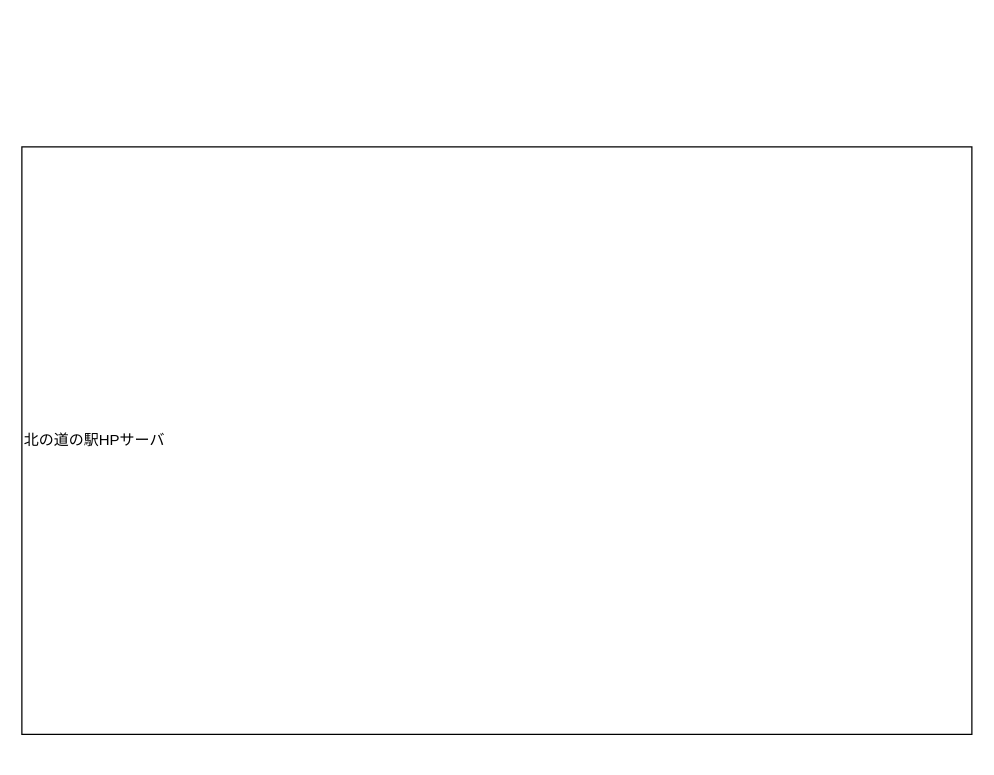
Earlier version of the draw.io diagram システム概念図.drawio (Nisshee2424/quiz_app). Source tidied: cells renumbered, new cells numbered last; positions are measured from the earlier drawing's top-left corner, leaving out a move shared by most shapes. Both pictures are drawn from the tidied source at 125%, with x=0, y=0 at pixel (21, 146).
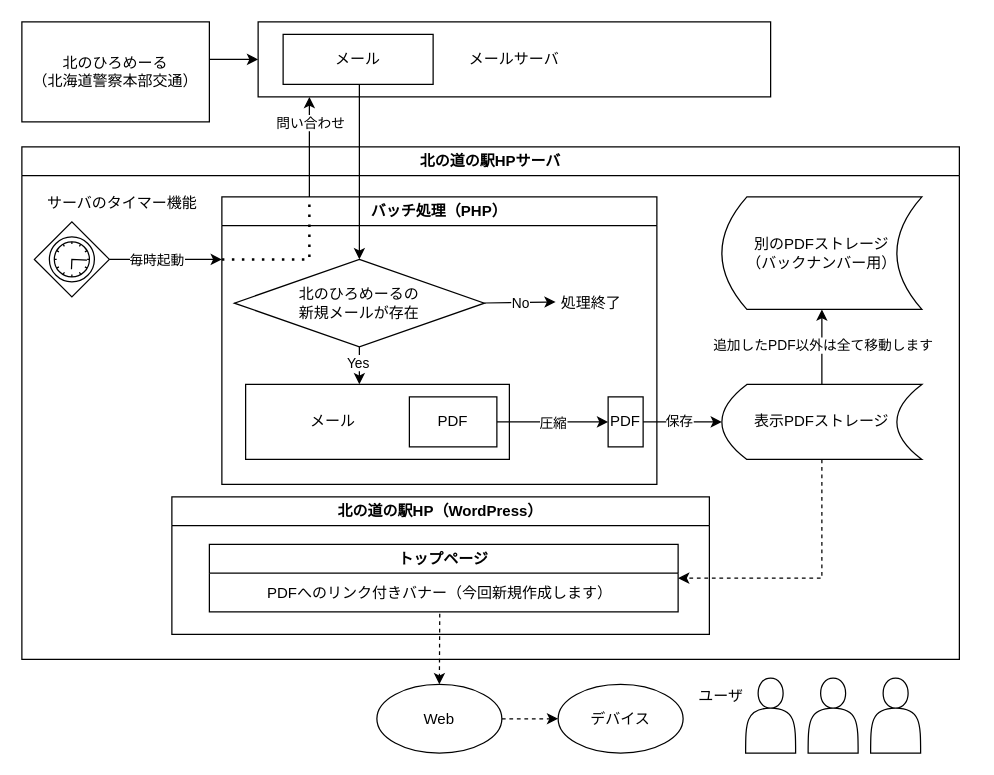
Above is the later version.

Commit message:
システム概念図.drawio を更新します

The edit, as a diff of the source:
```diff
@@
-    <mxCell id="2" value="&lt;div style=&quot;text-align: justify;&quot;&gt;&lt;span style=&quot;background-color: initial;&quot;&gt;北の道の駅HPサーバ&lt;/span&gt;&lt;/div&gt;" style="rounded=0;whiteSpace=wrap;html=1;align=left;" parent="1" vertex="1">
-      <mxGeometry width="760" height="470" as="geometry" />
+    <mxCell id="2" value="北の道の駅HPサーバ" style="swimlane;whiteSpace=wrap;html=1;startSize=23;" parent="1" vertex="1">
+      <mxGeometry width="750" height="410" as="geometry" />
     </mxCell>
+    <mxCell id="3" style="points=[[0.25,0.25,0],[0.5,0,0],[0.75,0.25,0],[1,0.5,0],[0.75,0.75,0],[0.5,1,0],[0.25,0.75,0],[0,0.5,0]];shape=mxgraph.bpmn.gateway2;html=1;verticalLabelPosition=bottom;labelBackgroundColor=#ffffff;verticalAlign=top;align=center;perimeter=rhombusPerimeter;outlineConnect=0;outline=standard;symbol=timer;direction=south;" parent="2" vertex="1">
+      <mxGeometry x="10" y="60" width="60" height="60" as="geometry" />
+    </mxCell>
+    <mxCell id="4" value="サーバのタイマー機能" style="text;html=1;align=center;verticalAlign=middle;strokeColor=none;fillColor=none;" parent="2" vertex="1">
+      <mxGeometry x="10" y="30" width="140" height="30" as="geometry" />
+    </mxCell>
+    <mxCell id="5" style="edgeStyle=orthogonalEdgeStyle;rounded=0;jettySize=auto;html=1;" parent="2" edge="1" source="8" target="9">
+      <mxGeometry relative="1" as="geometry" />
+    </mxCell>
+    <mxCell id="6" value="追加したPDF以外は全て移動します" style="edgeLabel;html=1;align=center;verticalAlign=middle;" parent="5" vertex="1">
+      <mxGeometry x="0.05" relative="1" as="geometry" />
+    </mxCell>
+    <mxCell id="7" style="edgeStyle=elbowEdgeStyle;rounded=0;jettySize=auto;html=1;entryX=1;entryY=0.5;entryDx=0;entryDy=0;exitX=0.5;exitY=1;exitDx=0;exitDy=0;dashed=1;" parent="2" edge="1" source="8" target="27">
+      <mxGeometry relative="1" as="geometry">
+        <Array as="points">
+          <mxPoint x="640" y="310" />
+        </Array>
+      </mxGeometry>
+    </mxCell>
+    <mxCell id="8" value="表示PDFストレージ" style="shape=dataStorage;whiteSpace=wrap;html=1;fixedSize=1;" parent="2" vertex="1">
+      <mxGeometry x="560" y="190" width="160" height="60" as="geometry" />
+    </mxCell>
+    <mxCell id="9" value="別のPDFストレージ&lt;div&gt;（バックナンバー用）&lt;/div&gt;" style="shape=dataStorage;whiteSpace=wrap;html=1;fixedSize=1;" parent="2" vertex="1">
+      <mxGeometry x="560" y="40" width="160" height="90" as="geometry" />
+    </mxCell>
+    <mxCell id="10" value="バッチ処理（PHP）" style="swimlane;whiteSpace=wrap;html=1;" parent="2" vertex="1">
+      <mxGeometry x="160" y="40" width="348" height="230" as="geometry" />
+    </mxCell>
+    <mxCell id="11" style="rounded=0;whiteSpace=wrap;html=1;" parent="10" vertex="1">
+      <mxGeometry x="19" y="150" width="211" height="60" as="geometry" />
+    </mxCell>
+    <mxCell id="12" value="PDF" style="rounded=0;whiteSpace=wrap;html=1;" parent="10" vertex="1">
+      <mxGeometry x="309" y="160" width="28" height="40" as="geometry" />
+    </mxCell>
+    <mxCell id="13" style="edgeStyle=orthogonalEdgeStyle;rounded=0;jettySize=auto;html=1;" parent="10" edge="1" source="15">
+      <mxGeometry relative="1" as="geometry">
+        <mxPoint x="110" y="150" as="targetPoint" />
+      </mxGeometry>
+    </mxCell>
+    <mxCell id="14" value="Yes" style="edgeLabel;html=1;align=center;verticalAlign=middle;" parent="13" vertex="1">
+      <mxGeometry x="-0.23" y="-2" relative="1" as="geometry" />
+    </mxCell>
+    <mxCell id="15" value="北のひろめーるの&lt;div&gt;新規メールが存在&lt;/div&gt;" style="rhombus;whiteSpace=wrap;html=1;" parent="10" vertex="1">
+      <mxGeometry x="10" y="50" width="200" height="70" as="geometry" />
+    </mxCell>
+    <mxCell id="16" value="処理終了" style="text;html=1;align=center;verticalAlign=middle;points=[];strokeColor=none;fillColor=none;" parent="10" vertex="1">
+      <mxGeometry x="260" y="70" width="70" height="30" as="geometry" />
+    </mxCell>
+    <mxCell id="17" style="edgeStyle=none;jettySize=auto;html=1;rounded=0;entryX=0.1;entryY=0.467;entryDx=0;entryDy=0;entryPerimeter=0;" parent="10" edge="1" target="16">
+      <mxGeometry relative="1" as="geometry">
+        <mxPoint x="210" y="84.9" as="sourcePoint" />
+      </mxGeometry>
+    </mxCell>
+    <mxCell id="18" value="No" style="edgeLabel;html=1;align=center;verticalAlign=middle;" parent="17" vertex="1">
+      <mxGeometry x="0.04" relative="1" as="geometry">
+        <mxPoint x="-1" as="offset" />
+      </mxGeometry>
+    </mxCell>
+    <mxCell id="19" style="endArrow=none;dashed=1;html=1;dashPattern=1 3;strokeWidth=2;rounded=0;edgeStyle=orthogonalEdgeStyle;" parent="10" edge="1">
+      <mxGeometry relative="1" as="geometry">
+        <mxPoint y="50" as="sourcePoint" />
+        <mxPoint x="70" as="targetPoint" />
+        <Array as="points">
+          <mxPoint x="70" y="50" />
+        </Array>
+      </mxGeometry>
+    </mxCell>
+    <mxCell id="20" style="edgeStyle=orthogonalEdgeStyle;rounded=0;jettySize=auto;html=1;" parent="10" edge="1" source="22" target="12">
+      <mxGeometry relative="1" as="geometry" />
+    </mxCell>
+    <mxCell id="21" value="圧縮" style="edgeLabel;html=1;align=center;verticalAlign=middle;" parent="20" vertex="1">
+      <mxGeometry x="-0.01" relative="1" as="geometry" />
+    </mxCell>
+    <mxCell id="22" value="PDF" style="rounded=0;whiteSpace=wrap;html=1;" parent="10" vertex="1">
+      <mxGeometry x="150" y="160" width="70" height="40" as="geometry" />
+    </mxCell>
+    <mxCell id="23" value="メール" style="text;html=1;align=center;verticalAlign=middle;whiteSpace=wrap;rounded=0;" parent="10" vertex="1">
+      <mxGeometry x="59" y="165" width="60" height="30" as="geometry" />
+    </mxCell>
+    <mxCell id="24" style="edgeStyle=orthogonalEdgeStyle;rounded=0;jettySize=auto;html=1;" parent="2" edge="1" source="3">
+      <mxGeometry relative="1" as="geometry">
+        <mxPoint x="160" y="90" as="targetPoint" />
+        <Array as="points">
+          <mxPoint x="160" y="90" />
+        </Array>
+      </mxGeometry>
+    </mxCell>
+    <mxCell id="25" value="毎時起動" style="edgeLabel;html=1;align=center;verticalAlign=middle;" parent="24" vertex="1">
+      <mxGeometry x="-0.53" relative="1" as="geometry">
+        <mxPoint x="16" as="offset" />
+      </mxGeometry>
+    </mxCell>
+    <mxCell id="26" value="北の道の駅HP（WordPress&lt;span style=&quot;background-color: initial;&quot;&gt;）&lt;/span&gt;" style="swimlane;whiteSpace=wrap;html=1;fillColor=default;startSize=23;" parent="2" vertex="1">
+      <mxGeometry x="120" y="280" width="430" height="110" as="geometry" />
+    </mxCell>
+    <mxCell id="27" value="トップページ" style="swimlane;whiteSpace=wrap;html=1;" parent="26" vertex="1">
+      <mxGeometry x="30" y="38" width="375" height="54" as="geometry" />
+    </mxCell>
+    <mxCell id="28" value="PDFへのリンク付きバナー（今回新規作成します）" style="text;html=1;align=center;verticalAlign=middle;points=[];strokeColor=none;fillColor=none;" parent="27" vertex="1">
+      <mxGeometry x="34" y="24" width="300" height="30" as="geometry" />
+    </mxCell>
+    <mxCell id="29" style="edgeStyle=orthogonalEdgeStyle;rounded=0;orthogonalLoop=1;jettySize=auto;html=1;" parent="2" edge="1">
+      <mxGeometry relative="1" as="geometry">
+        <mxPoint x="230" y="40" as="sourcePoint" />
+        <mxPoint x="230" y="-40" as="targetPoint" />
+        <Array as="points">
+          <mxPoint x="230" y="20" />
+          <mxPoint x="230" y="20" />
+        </Array>
+      </mxGeometry>
+    </mxCell>
+    <mxCell id="30" value="問い合わせ" style="edgeLabel;html=1;align=center;verticalAlign=middle;" parent="29" vertex="1">
+      <mxGeometry x="0.32" relative="1" as="geometry">
+        <mxPoint y="-7" as="offset" />
+      </mxGeometry>
+    </mxCell>
+    <mxCell id="31" style="edgeStyle=orthogonalEdgeStyle;rounded=0;jettySize=auto;html=1;" parent="2" edge="1" source="12" target="8">
+      <mxGeometry relative="1" as="geometry" />
+    </mxCell>
+    <mxCell id="32" value="保存" style="edgeLabel;html=1;align=center;verticalAlign=middle;" parent="31" vertex="1">
+      <mxGeometry x="-0.12" y="1" relative="1" as="geometry" />
+    </mxCell>
+    <mxCell id="33" style="edgeStyle=orthogonalEdgeStyle;rounded=0;jettySize=auto;html=1;" parent="1" edge="1" source="34" target="35">
+      <mxGeometry relative="1" as="geometry">
+        <Array as="points">
+          <mxPoint x="169" y="-70" />
+          <mxPoint x="169" y="-70" />
+        </Array>
+      </mxGeometry>
+    </mxCell>
+    <mxCell id="34" value="北のひろめーる&lt;div&gt;（北海道警察本部交通）&lt;/div&gt;" style="rounded=0;whiteSpace=wrap;html=1;" parent="1" vertex="1">
+      <mxGeometry y="-100" width="150" height="80" as="geometry" />
+    </mxCell>
+    <mxCell id="35" value="メールサーバ" style="whiteSpace=wrap;html=1;rounded=0;align=center;" parent="1" vertex="1">
+      <mxGeometry x="189" y="-100" width="410" height="60" as="geometry" />
+    </mxCell>
+    <mxCell id="36" style="shape=actor;whiteSpace=wrap;html=1;" parent="1" vertex="1">
+      <mxGeometry x="679" y="425" width="40" height="60" as="geometry" />
+    </mxCell>
+    <mxCell id="37" value="&lt;div&gt;&lt;br&gt;&lt;/div&gt;&lt;div&gt;&lt;br&gt;&lt;/div&gt;" style="shape=actor;whiteSpace=wrap;html=1;" parent="1" vertex="1">
+      <mxGeometry x="629" y="425" width="40" height="60" as="geometry" />
+    </mxCell>
+    <mxCell id="38" style="shape=actor;whiteSpace=wrap;html=1;" parent="1" vertex="1">
+      <mxGeometry x="579" y="425" width="40" height="60" as="geometry" />
+    </mxCell>
+    <mxCell id="39" style="edgeStyle=orthogonalEdgeStyle;rounded=0;jettySize=auto;html=1;dashed=1;" parent="1" edge="1" source="40" target="41">
+      <mxGeometry relative="1" as="geometry" />
+    </mxCell>
+    <mxCell id="40" value="Web" style="ellipse;whiteSpace=wrap;html=1;" parent="1" vertex="1">
+      <mxGeometry x="284" y="430" width="100" height="55" as="geometry" />
+    </mxCell>
+    <mxCell id="41" value="デバイス" style="ellipse;whiteSpace=wrap;html=1;" parent="1" vertex="1">
+      <mxGeometry x="429" y="430" width="100" height="55" as="geometry" />
+    </mxCell>
+    <mxCell id="42" value="ユーザ" style="text;html=1;align=center;verticalAlign=middle;strokeColor=none;fillColor=none;" parent="1" vertex="1">
+      <mxGeometry x="529" y="425" width="60" height="30" as="geometry" />
+    </mxCell>
+    <mxCell id="43" style="edgeStyle=elbowEdgeStyle;rounded=0;jettySize=auto;html=1;dashed=1;exitX=0.501;exitY=1.047;exitDx=0;exitDy=0;exitPerimeter=0;" parent="1" edge="1" source="28" target="40">
+      <mxGeometry relative="1" as="geometry">
+        <Array as="points">
+          <mxPoint x="334" y="380" />
+        </Array>
+      </mxGeometry>
+    </mxCell>
+    <mxCell id="44" style="edgeStyle=elbowEdgeStyle;rounded=0;jettySize=auto;html=1;entryX=0.5;entryY=0;entryDx=0;entryDy=0;" parent="1" edge="1" source="45" target="15">
+      <mxGeometry relative="1" as="geometry" />
+    </mxCell>
+    <mxCell id="45" value="メール" style="rounded=0;whiteSpace=wrap;html=1;" parent="1" vertex="1">
+      <mxGeometry x="209" y="-90" width="120" height="40" as="geometry" />
+    </mxCell>
```
